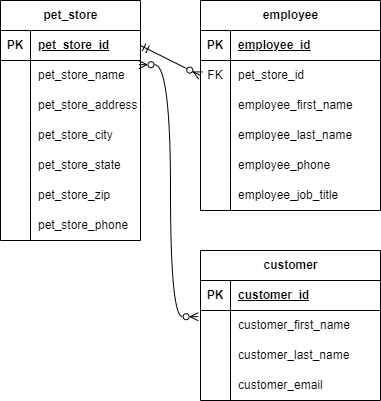
The draw.io diagram ERD.png in vgmal1/pet-store, before a commit. Source tidied: cells renumbered, new cells last; positions are measured from the earlier drawing's top-left corner, leaving out a move shared by most shapes. Source of this version:
```xml
<mxGraphModel>
  <root>
    <mxCell id="0" />
    <mxCell id="1" parent="0" />
    <mxCell id="2" value="employee" style="shape=table;startSize=30;rowLines=0;fontStyle=1;align=center;html=1;" parent="1" vertex="1">
      <mxGeometry x="200" width="180" height="210" as="geometry" />
    </mxCell>
    <mxCell id="3" style="shape=tableRow;horizontal=0;startSize=0;swimlaneHead=0;swimlaneBody=0;fillColor=none;top=0;left=0;right=0;bottom=1;" parent="2" vertex="1">
      <mxGeometry y="30" width="180" height="30" as="geometry" />
    </mxCell>
    <mxCell id="4" value="PK" style="shape=partialRectangle;fillColor=none;top=0;left=0;bottom=0;right=0;fontStyle=1;overflow=hidden;whiteSpace=wrap;html=1;" parent="3" vertex="1">
      <mxGeometry width="30" height="30" as="geometry" />
    </mxCell>
    <mxCell id="5" value="employee_id" style="shape=partialRectangle;fillColor=none;top=0;left=0;bottom=0;right=0;align=left;spacingLeft=6;fontStyle=5;overflow=hidden;whiteSpace=wrap;html=1;" parent="3" vertex="1">
      <mxGeometry x="30" width="150" height="30" as="geometry" />
    </mxCell>
    <mxCell id="6" style="shape=tableRow;horizontal=0;startSize=0;swimlaneHead=0;swimlaneBody=0;fillColor=none;points=[[0,0.5],[1,0.5]];portConstraint=eastwest;top=0;left=0;right=0;bottom=0;" parent="2" vertex="1">
      <mxGeometry y="60" width="180" height="30" as="geometry" />
    </mxCell>
    <mxCell id="7" value="FK" style="shape=partialRectangle;fillColor=none;top=0;left=0;bottom=0;right=0;overflow=hidden;whiteSpace=wrap;html=1;" parent="6" vertex="1">
      <mxGeometry width="30" height="30" as="geometry" />
    </mxCell>
    <mxCell id="8" value="pet_store_id" style="shape=partialRectangle;fillColor=none;top=0;left=0;bottom=0;right=0;align=left;spacingLeft=6;overflow=hidden;whiteSpace=wrap;html=1;" parent="6" vertex="1">
      <mxGeometry x="30" width="150" height="30" as="geometry" />
    </mxCell>
    <mxCell id="9" style="shape=tableRow;horizontal=0;startSize=0;swimlaneHead=0;swimlaneBody=0;fillColor=none;top=0;left=0;right=0;bottom=0;" parent="2" vertex="1">
      <mxGeometry y="90" width="180" height="30" as="geometry" />
    </mxCell>
    <mxCell id="10" style="shape=partialRectangle;fillColor=none;top=0;left=0;bottom=0;right=0;overflow=hidden;whiteSpace=wrap;html=1;" parent="9" vertex="1">
      <mxGeometry width="30" height="30" as="geometry" />
    </mxCell>
    <mxCell id="11" value="employee_first_name" style="shape=partialRectangle;fillColor=none;top=0;left=0;bottom=0;right=0;align=left;spacingLeft=6;overflow=hidden;whiteSpace=wrap;html=1;" parent="9" vertex="1">
      <mxGeometry x="30" width="150" height="30" as="geometry" />
    </mxCell>
    <mxCell id="12" style="shape=tableRow;horizontal=0;startSize=0;swimlaneHead=0;swimlaneBody=0;fillColor=none;top=0;left=0;right=0;bottom=0;" parent="2" vertex="1">
      <mxGeometry y="120" width="180" height="30" as="geometry" />
    </mxCell>
    <mxCell id="13" style="shape=partialRectangle;fillColor=none;top=0;left=0;bottom=0;right=0;overflow=hidden;whiteSpace=wrap;html=1;" parent="12" vertex="1">
      <mxGeometry width="30" height="30" as="geometry" />
    </mxCell>
    <mxCell id="14" value="employee_last_name" style="shape=partialRectangle;fillColor=none;top=0;left=0;bottom=0;right=0;align=left;spacingLeft=6;overflow=hidden;whiteSpace=wrap;html=1;" parent="12" vertex="1">
      <mxGeometry x="30" width="150" height="30" as="geometry" />
    </mxCell>
    <mxCell id="15" style="shape=tableRow;horizontal=0;startSize=0;swimlaneHead=0;swimlaneBody=0;fillColor=none;top=0;left=0;right=0;bottom=0;" parent="2" vertex="1">
      <mxGeometry y="150" width="180" height="30" as="geometry" />
    </mxCell>
    <mxCell id="16" style="shape=partialRectangle;fillColor=none;top=0;left=0;bottom=0;right=0;overflow=hidden;whiteSpace=wrap;html=1;" parent="15" vertex="1">
      <mxGeometry width="30" height="30" as="geometry" />
    </mxCell>
    <mxCell id="17" value="employee_phone" style="shape=partialRectangle;fillColor=none;top=0;left=0;bottom=0;right=0;align=left;spacingLeft=6;overflow=hidden;whiteSpace=wrap;html=1;" parent="15" vertex="1">
      <mxGeometry x="30" width="150" height="30" as="geometry" />
    </mxCell>
    <mxCell id="18" style="shape=tableRow;horizontal=0;startSize=0;swimlaneHead=0;swimlaneBody=0;fillColor=none;top=0;left=0;right=0;bottom=0;" parent="2" vertex="1">
      <mxGeometry y="180" width="180" height="30" as="geometry" />
    </mxCell>
    <mxCell id="19" style="shape=partialRectangle;fillColor=none;top=0;left=0;bottom=0;right=0;overflow=hidden;whiteSpace=wrap;html=1;" parent="18" vertex="1">
      <mxGeometry width="30" height="30" as="geometry" />
    </mxCell>
    <mxCell id="20" value="employee_job_title" style="shape=partialRectangle;fillColor=none;top=0;left=0;bottom=0;right=0;align=left;spacingLeft=6;overflow=hidden;whiteSpace=wrap;html=1;" parent="18" vertex="1">
      <mxGeometry x="30" width="150" height="30" as="geometry" />
    </mxCell>
    <mxCell id="21" value="pet_store" style="shape=table;startSize=30;rowLines=0;fontStyle=1;align=center;html=1;" parent="1" vertex="1">
      <mxGeometry width="140" height="240" as="geometry" />
    </mxCell>
    <mxCell id="22" style="shape=tableRow;horizontal=0;startSize=0;swimlaneHead=0;swimlaneBody=0;fillColor=none;points=[[0,0.5],[1,0.5]];portConstraint=eastwest;top=0;left=0;right=0;bottom=1;" parent="21" vertex="1">
      <mxGeometry y="30" width="140" height="30" as="geometry" />
    </mxCell>
    <mxCell id="23" value="PK" style="shape=partialRectangle;fillColor=none;top=0;left=0;bottom=0;right=0;fontStyle=1;overflow=hidden;whiteSpace=wrap;html=1;" parent="22" vertex="1">
      <mxGeometry width="30" height="30" as="geometry" />
    </mxCell>
    <mxCell id="24" value="pet_store_id" style="shape=partialRectangle;fillColor=none;top=0;left=0;bottom=0;right=0;align=left;spacingLeft=6;fontStyle=5;overflow=hidden;whiteSpace=wrap;html=1;" parent="22" vertex="1">
      <mxGeometry x="30" width="110" height="30" as="geometry" />
    </mxCell>
    <mxCell id="25" style="shape=tableRow;horizontal=0;startSize=0;swimlaneHead=0;swimlaneBody=0;fillColor=none;top=0;left=0;right=0;bottom=0;" parent="21" vertex="1">
      <mxGeometry y="60" width="140" height="30" as="geometry" />
    </mxCell>
    <mxCell id="26" style="shape=partialRectangle;fillColor=none;top=0;left=0;bottom=0;right=0;overflow=hidden;whiteSpace=wrap;html=1;" parent="25" vertex="1">
      <mxGeometry width="30" height="30" as="geometry" />
    </mxCell>
    <mxCell id="27" value="pet_store_name" style="shape=partialRectangle;fillColor=none;top=0;left=0;bottom=0;right=0;align=left;spacingLeft=6;overflow=hidden;whiteSpace=wrap;html=1;" parent="25" vertex="1">
      <mxGeometry x="30" width="110" height="30" as="geometry" />
    </mxCell>
    <mxCell id="28" style="shape=tableRow;horizontal=0;startSize=0;swimlaneHead=0;swimlaneBody=0;fillColor=none;top=0;left=0;right=0;bottom=0;" parent="21" vertex="1">
      <mxGeometry y="90" width="140" height="30" as="geometry" />
    </mxCell>
    <mxCell id="29" style="shape=partialRectangle;fillColor=none;top=0;left=0;bottom=0;right=0;overflow=hidden;whiteSpace=wrap;html=1;" parent="28" vertex="1">
      <mxGeometry width="30" height="30" as="geometry" />
    </mxCell>
    <mxCell id="30" value="pet_store_address" style="shape=partialRectangle;fillColor=none;top=0;left=0;bottom=0;right=0;align=left;spacingLeft=6;overflow=hidden;whiteSpace=wrap;html=1;" parent="28" vertex="1">
      <mxGeometry x="30" width="110" height="30" as="geometry" />
    </mxCell>
    <mxCell id="31" style="shape=tableRow;horizontal=0;startSize=0;swimlaneHead=0;swimlaneBody=0;fillColor=none;top=0;left=0;right=0;bottom=0;" parent="21" vertex="1">
      <mxGeometry y="120" width="140" height="30" as="geometry" />
    </mxCell>
    <mxCell id="32" style="shape=partialRectangle;fillColor=none;top=0;left=0;bottom=0;right=0;overflow=hidden;whiteSpace=wrap;html=1;" parent="31" vertex="1">
      <mxGeometry width="30" height="30" as="geometry" />
    </mxCell>
    <mxCell id="33" value="pet_store_city" style="shape=partialRectangle;fillColor=none;top=0;left=0;bottom=0;right=0;align=left;spacingLeft=6;overflow=hidden;whiteSpace=wrap;html=1;" parent="31" vertex="1">
      <mxGeometry x="30" width="110" height="30" as="geometry" />
    </mxCell>
    <mxCell id="34" style="shape=tableRow;horizontal=0;startSize=0;swimlaneHead=0;swimlaneBody=0;fillColor=none;top=0;left=0;right=0;bottom=0;" parent="21" vertex="1">
      <mxGeometry y="150" width="140" height="30" as="geometry" />
    </mxCell>
    <mxCell id="35" style="shape=partialRectangle;fillColor=none;top=0;left=0;bottom=0;right=0;overflow=hidden;whiteSpace=wrap;html=1;" parent="34" vertex="1">
      <mxGeometry width="30" height="30" as="geometry" />
    </mxCell>
    <mxCell id="36" value="pet_store_state" style="shape=partialRectangle;fillColor=none;top=0;left=0;bottom=0;right=0;align=left;spacingLeft=6;overflow=hidden;whiteSpace=wrap;html=1;" parent="34" vertex="1">
      <mxGeometry x="30" width="110" height="30" as="geometry" />
    </mxCell>
    <mxCell id="37" style="shape=tableRow;horizontal=0;startSize=0;swimlaneHead=0;swimlaneBody=0;fillColor=none;top=0;left=0;right=0;bottom=0;" parent="21" vertex="1">
      <mxGeometry y="180" width="140" height="30" as="geometry" />
    </mxCell>
    <mxCell id="38" style="shape=partialRectangle;fillColor=none;top=0;left=0;bottom=0;right=0;overflow=hidden;whiteSpace=wrap;html=1;" parent="37" vertex="1">
      <mxGeometry width="30" height="30" as="geometry" />
    </mxCell>
    <mxCell id="39" value="pet_store_zip" style="shape=partialRectangle;fillColor=none;top=0;left=0;bottom=0;right=0;align=left;spacingLeft=6;overflow=hidden;whiteSpace=wrap;html=1;" parent="37" vertex="1">
      <mxGeometry x="30" width="110" height="30" as="geometry" />
    </mxCell>
    <mxCell id="40" style="shape=tableRow;horizontal=0;startSize=0;swimlaneHead=0;swimlaneBody=0;fillColor=none;top=0;left=0;right=0;bottom=0;" parent="21" vertex="1">
      <mxGeometry y="210" width="140" height="30" as="geometry" />
    </mxCell>
    <mxCell id="41" style="shape=partialRectangle;fillColor=none;top=0;left=0;bottom=0;right=0;overflow=hidden;whiteSpace=wrap;html=1;" parent="40" vertex="1">
      <mxGeometry width="30" height="30" as="geometry" />
    </mxCell>
    <mxCell id="42" value="pet_store_phone" style="shape=partialRectangle;fillColor=none;top=0;left=0;bottom=0;right=0;align=left;spacingLeft=6;overflow=hidden;whiteSpace=wrap;html=1;" parent="40" vertex="1">
      <mxGeometry x="30" width="110" height="30" as="geometry" />
    </mxCell>
    <mxCell id="43" value="customer" style="shape=table;startSize=30;rowLines=0;fontStyle=1;align=center;html=1;" parent="1" vertex="1">
      <mxGeometry x="200" y="250" width="180" height="150" as="geometry" />
    </mxCell>
    <mxCell id="44" style="shape=tableRow;horizontal=0;startSize=0;swimlaneHead=0;swimlaneBody=0;fillColor=none;points=[[0,0.5],[1,0.5]];portConstraint=eastwest;top=0;left=0;right=0;bottom=1;" parent="43" vertex="1">
      <mxGeometry y="30" width="180" height="30" as="geometry" />
    </mxCell>
    <mxCell id="45" value="PK" style="shape=partialRectangle;fillColor=none;top=0;left=0;bottom=0;right=0;fontStyle=1;overflow=hidden;whiteSpace=wrap;html=1;" parent="44" vertex="1">
      <mxGeometry width="30" height="30" as="geometry" />
    </mxCell>
    <mxCell id="46" value="customer_id" style="shape=partialRectangle;fillColor=none;top=0;left=0;bottom=0;right=0;align=left;spacingLeft=6;fontStyle=5;overflow=hidden;whiteSpace=wrap;html=1;" parent="44" vertex="1">
      <mxGeometry x="30" width="150" height="30" as="geometry" />
    </mxCell>
    <mxCell id="47" style="shape=tableRow;horizontal=0;startSize=0;swimlaneHead=0;swimlaneBody=0;fillColor=none;points=[[0,0.5],[1,0.5]];portConstraint=eastwest;top=0;left=0;right=0;bottom=0;" parent="43" vertex="1">
      <mxGeometry y="60" width="180" height="30" as="geometry" />
    </mxCell>
    <mxCell id="48" style="shape=partialRectangle;fillColor=none;top=0;left=0;bottom=0;right=0;overflow=hidden;whiteSpace=wrap;html=1;" parent="47" vertex="1">
      <mxGeometry width="30" height="30" as="geometry" />
    </mxCell>
    <mxCell id="49" value="customer_first_name" style="shape=partialRectangle;fillColor=none;top=0;left=0;bottom=0;right=0;align=left;spacingLeft=6;overflow=hidden;whiteSpace=wrap;html=1;" parent="47" vertex="1">
      <mxGeometry x="30" width="150" height="30" as="geometry" />
    </mxCell>
    <mxCell id="50" style="shape=tableRow;horizontal=0;startSize=0;swimlaneHead=0;swimlaneBody=0;fillColor=none;top=0;left=0;right=0;bottom=0;" parent="43" vertex="1">
      <mxGeometry y="90" width="180" height="30" as="geometry" />
    </mxCell>
    <mxCell id="51" style="shape=partialRectangle;fillColor=none;top=0;left=0;bottom=0;right=0;overflow=hidden;whiteSpace=wrap;html=1;" parent="50" vertex="1">
      <mxGeometry width="30" height="30" as="geometry" />
    </mxCell>
    <mxCell id="52" value="customer_last_name" style="shape=partialRectangle;fillColor=none;top=0;left=0;bottom=0;right=0;align=left;spacingLeft=6;overflow=hidden;whiteSpace=wrap;html=1;" parent="50" vertex="1">
      <mxGeometry x="30" width="150" height="30" as="geometry" />
    </mxCell>
    <mxCell id="53" style="shape=tableRow;horizontal=0;startSize=0;swimlaneHead=0;swimlaneBody=0;fillColor=none;top=0;left=0;right=0;bottom=0;" parent="43" vertex="1">
      <mxGeometry y="120" width="180" height="30" as="geometry" />
    </mxCell>
    <mxCell id="54" style="shape=partialRectangle;fillColor=none;top=0;left=0;bottom=0;right=0;overflow=hidden;whiteSpace=wrap;html=1;" parent="53" vertex="1">
      <mxGeometry width="30" height="30" as="geometry" />
    </mxCell>
    <mxCell id="55" value="customer_email" style="shape=partialRectangle;fillColor=none;top=0;left=0;bottom=0;right=0;align=left;spacingLeft=6;overflow=hidden;whiteSpace=wrap;html=1;" parent="53" vertex="1">
      <mxGeometry x="30" width="150" height="30" as="geometry" />
    </mxCell>
    <mxCell id="56" style="fontSize=12;html=1;endArrow=ERzeroToMany;rounded=0;exitX=1;exitY=0.5;exitDx=0;exitDy=0;entryX=0;entryY=0.5;entryDx=0;entryDy=0;startArrow=ERmandOne;startFill=0;endFill=0;" parent="1" edge="1" source="22" target="6">
      <mxGeometry relative="1" as="geometry" />
    </mxCell>
    <mxCell id="57" style="fontSize=12;html=1;endArrow=ERzeroToMany;rounded=0;exitX=0.989;exitY=1.14;exitDx=0;exitDy=0;entryX=-0.013;entryY=0.207;entryDx=0;entryDy=0;startArrow=ERzeroToMany;startFill=0;entryPerimeter=0;endFill=0;edgeStyle=orthogonalEdgeStyle;curved=1;exitPerimeter=0;" parent="1" edge="1" source="22" target="47">
      <mxGeometry relative="1" as="geometry" />
    </mxCell>
  </root>
</mxGraphModel>
```
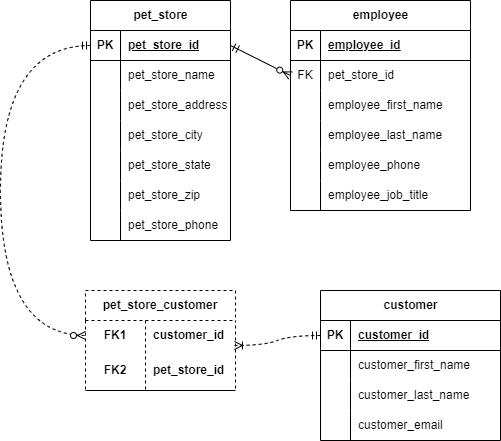
Later version of the same file.

What changed in the source:
```diff
@@ -126,7 +126,7 @@
       <mxGeometry x="30" width="110" height="30" as="geometry" />
     </mxCell>
     <mxCell id="43" value="customer" style="shape=table;startSize=30;rowLines=0;fontStyle=1;align=center;html=1;" parent="1" vertex="1">
-      <mxGeometry x="200" y="250" width="180" height="150" as="geometry" />
+      <mxGeometry x="230" y="290" width="180" height="150" as="geometry" />
     </mxCell>
     <mxCell id="44" style="shape=tableRow;horizontal=0;startSize=0;swimlaneHead=0;swimlaneBody=0;fillColor=none;points=[[0,0.5],[1,0.5]];portConstraint=eastwest;top=0;left=0;right=0;bottom=1;" parent="43" vertex="1">
       <mxGeometry y="30" width="180" height="30" as="geometry" />
@@ -167,8 +167,42 @@
     <mxCell id="56" style="fontSize=12;html=1;endArrow=ERzeroToMany;rounded=0;exitX=1;exitY=0.5;exitDx=0;exitDy=0;entryX=0;entryY=0.5;entryDx=0;entryDy=0;startArrow=ERmandOne;startFill=0;endFill=0;" parent="1" edge="1" source="22" target="6">
       <mxGeometry relative="1" as="geometry" />
     </mxCell>
-    <mxCell id="57" style="fontSize=12;html=1;endArrow=ERzeroToMany;rounded=0;exitX=0.989;exitY=1.14;exitDx=0;exitDy=0;entryX=-0.013;entryY=0.207;entryDx=0;entryDy=0;startArrow=ERzeroToMany;startFill=0;entryPerimeter=0;endFill=0;edgeStyle=orthogonalEdgeStyle;curved=1;exitPerimeter=0;" parent="1" edge="1" source="22" target="47">
-      <mxGeometry relative="1" as="geometry" />
-    </mxCell>
+    <mxCell id="58" value="pet_store_customer" style="shape=table;startSize=30;rowLines=0;fontStyle=1;align=center;html=1;whiteSpace=wrap;dashed=1;strokeColor=default;swimlaneLine=1;bottom=0;swimlaneBody=1;swimlaneHead=1;horizontal=1;separatorColor=none;top=1;columnLines=1;left=1;fixDash=0;" parent="1" vertex="1">
+      <mxGeometry x="-5" y="290" width="150" height="100" as="geometry" />
+    </mxCell>
+    <mxCell id="59" style="shape=tableRow;horizontal=0;startSize=0;swimlaneHead=0;swimlaneBody=0;fillColor=none;points=[[0,0.5],[1,0.5]];portConstraint=eastwest;top=0;left=0;right=0;bottom=0;html=1;" parent="58" vertex="1">
+      <mxGeometry y="30" width="150" height="30" as="geometry" />
+    </mxCell>
+    <mxCell id="60" value="FK1" style="shape=partialRectangle;fillColor=none;top=0;left=0;bottom=0;right=0;fontStyle=1;overflow=hidden;html=1;whiteSpace=wrap;" parent="59" vertex="1">
+      <mxGeometry width="60" height="30" as="geometry" />
+    </mxCell>
+    <mxCell id="61" value="customer_id" style="shape=partialRectangle;fillColor=none;top=0;left=0;bottom=0;right=0;align=left;spacingLeft=6;fontStyle=1;overflow=hidden;html=1;whiteSpace=wrap;strokeColor=inherit;" parent="59" vertex="1">
+      <mxGeometry x="60" width="90" height="30" as="geometry" />
+    </mxCell>
+    <mxCell id="62" style="shape=tableRow;horizontal=0;startSize=0;swimlaneHead=0;swimlaneBody=0;fillColor=none;top=0;left=0;right=0;bottom=1;html=1;" parent="58" vertex="1">
+      <mxGeometry y="60" width="150" height="40" as="geometry" />
+    </mxCell>
+    <mxCell id="63" value="FK2" style="shape=partialRectangle;fillColor=none;top=0;left=0;bottom=0;right=0;fontStyle=1;overflow=hidden;html=1;whiteSpace=wrap;strokeColor=default;dashed=1;" parent="62" vertex="1">
+      <mxGeometry width="60" height="40" as="geometry" />
+    </mxCell>
+    <mxCell id="64" value="pet_store_id" style="shape=partialRectangle;fillColor=none;top=0;left=0;bottom=0;right=0;align=left;spacingLeft=6;fontStyle=1;overflow=hidden;html=1;whiteSpace=wrap;dashed=1;strokeColor=inherit;" parent="62" vertex="1">
+      <mxGeometry x="60" width="90" height="40" as="geometry" />
+    </mxCell>
+    <mxCell id="65" style="edgeStyle=orthogonalEdgeStyle;fontSize=12;html=1;endArrow=ERzeroToMany;startArrow=ERmandOne;rounded=0;curved=1;entryX=0;entryY=0.5;entryDx=0;entryDy=0;exitX=0;exitY=0.5;exitDx=0;exitDy=0;dashed=1;" parent="1" edge="1" source="22" target="59">
+      <mxGeometry relative="1" as="geometry">
+        <Array as="points">
+          <mxPoint x="-90" y="45" />
+          <mxPoint x="-90" y="335" />
+        </Array>
+      </mxGeometry>
+    </mxCell>
+    <mxCell id="66" style="edgeStyle=entityRelationEdgeStyle;fontSize=12;html=1;endArrow=ERoneToMany;startArrow=ERmandOne;entryX=0.993;entryY=0.833;entryDx=0;entryDy=0;entryPerimeter=0;exitX=0;exitY=0.5;exitDx=0;exitDy=0;curved=1;dashed=1;" parent="1" edge="1" source="44" target="59">
+      <mxGeometry relative="1" as="geometry">
+        <Array as="points">
+          <mxPoint x="150" y="340" />
+          <mxPoint x="140" y="340" />
+        </Array>
+      </mxGeometry>
+    </mxCell>
   </root>
 </mxGraphModel>
```
